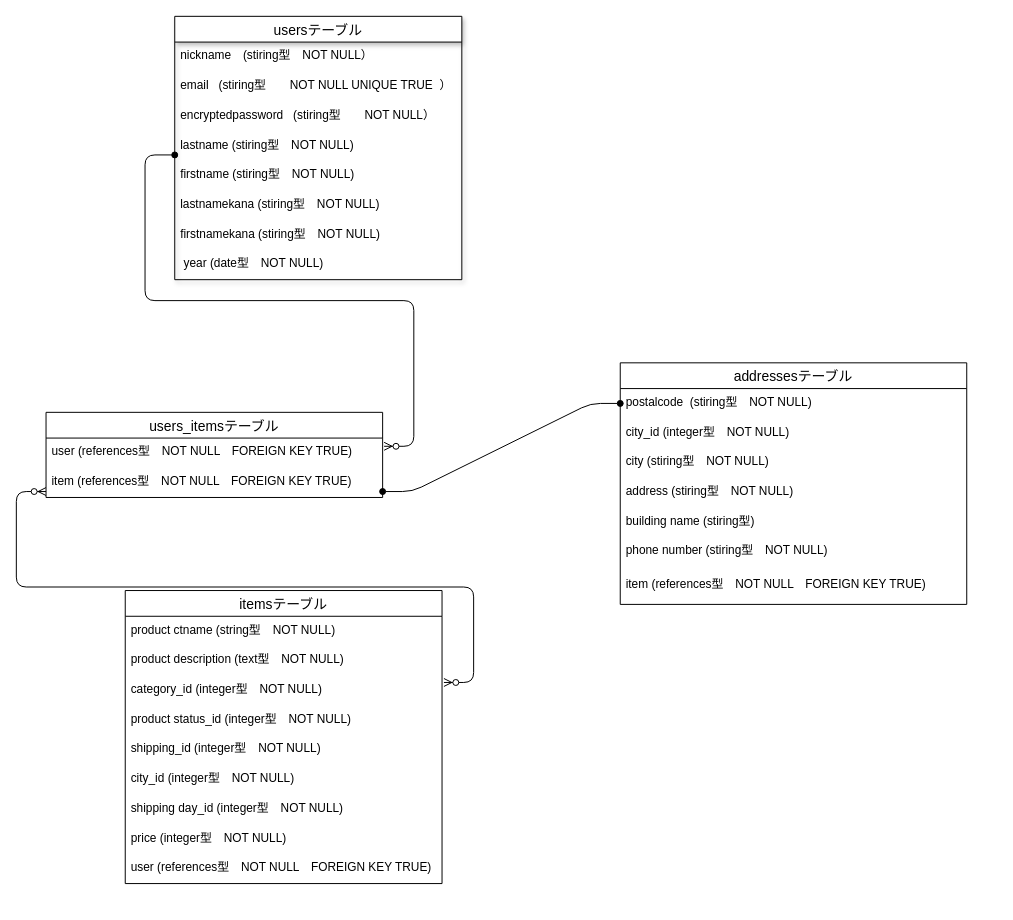
The draw.io diagram app/views/happy.dio in Akiyoshi7922/furima-35424, before the edit. Source tidied: cells renumbered, new cells numbered last; positions are measured from the earlier drawing's top-left corner, leaving out a move shared by most shapes. Both pictures are drawn from the tidied source at 99%, with x=0, y=0 at pixel (46, 16).
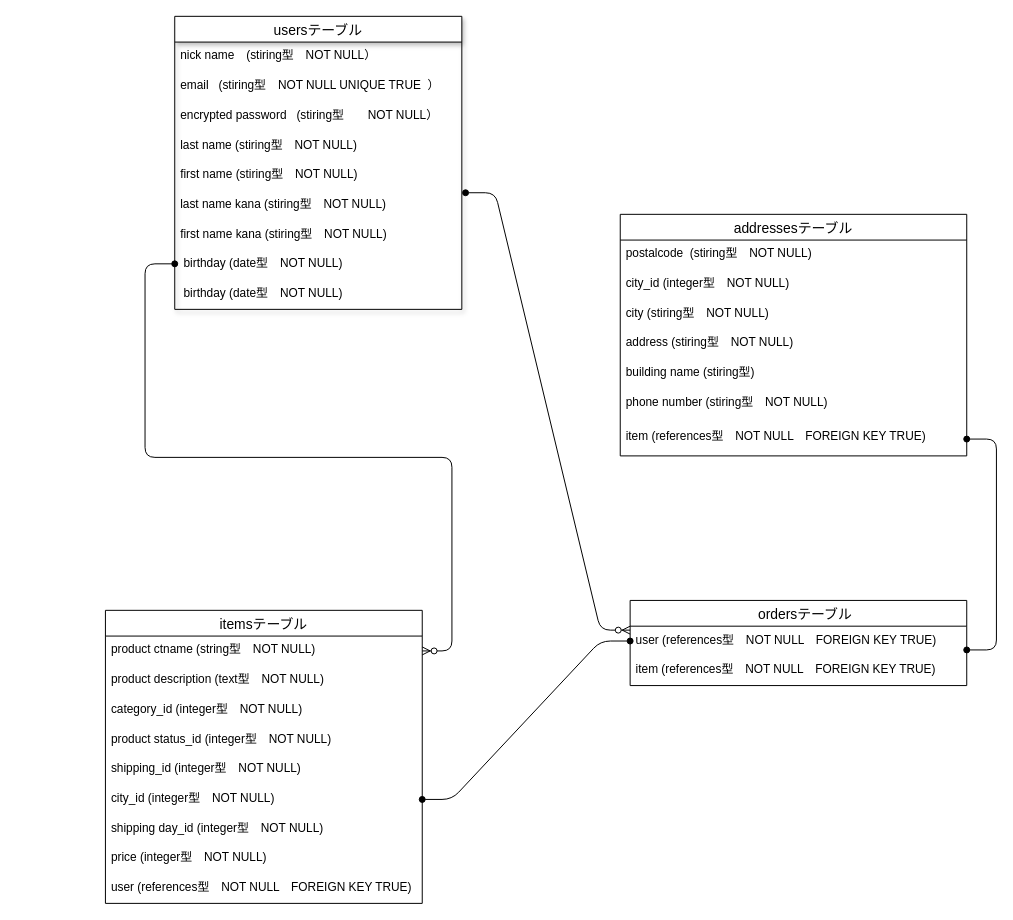
The same page after the edit.

Commit message (it also covers changes not shown here):
承知しました♫

The change refers to these unchanged cells:
```xml
<mxCell id="12" value="product ctname (string型　NOT NULL)" style="text;strokeColor=none;fillColor=none;spacingLeft=4;spacingRight=4;overflow=hidden;points=[[0,0.5],[1,0.5]];portConstraint=eastwest;fontSize=12;" parent="11" vertex="1">
  <mxGeometry y="26" width="320" height="30" as="geometry" />
</mxCell>
<mxCell id="14" value="category_id (integer型　NOT NULL)" style="text;strokeColor=none;fillColor=none;spacingLeft=4;spacingRight=4;overflow=hidden;points=[[0,0.5],[1,0.5]];portConstraint=eastwest;fontSize=12;" parent="11" vertex="1">
  <mxGeometry y="86" width="320" height="30" as="geometry" />
</mxCell>
<mxCell id="17" value="city_id (integer型　NOT NULL)" style="text;strokeColor=none;fillColor=none;spacingLeft=4;spacingRight=4;overflow=hidden;points=[[0,0.5],[1,0.5]];portConstraint=eastwest;fontSize=12;" parent="11" vertex="1">
  <mxGeometry y="176" width="320" height="30" as="geometry" />
</mxCell>
<mxCell id="28" value="item (references型　NOT NULL　FOREIGN KEY TRUE)" style="text;strokeColor=none;fillColor=none;spacingLeft=4;spacingRight=4;overflow=hidden;points=[[0,0.5],[1,0.5]];portConstraint=eastwest;fontSize=12;fontStyle=0;" parent="21" vertex="1">
  <mxGeometry y="210" width="350" height="34" as="geometry" />
</mxCell>
<mxCell id="30" value="user (references型　NOT NULL　FOREIGN KEY TRUE)" style="text;strokeColor=none;fillColor=none;spacingLeft=4;spacingRight=4;overflow=hidden;points=[[0,0.5],[1,0.5]];portConstraint=eastwest;fontSize=12;" parent="29" vertex="1">
  <mxGeometry y="26" width="340" height="30" as="geometry" />
</mxCell>
```

What changed in the source:
```diff
@@
     <mxCell id="2" value="usersテーブル" style="swimlane;fontStyle=0;horizontal=1;startSize=26;align=center;fontSize=14;shadow=1;" parent="1" vertex="1">
-      <mxGeometry x="130" width="290" height="266" as="geometry" />
+      <mxGeometry x="130" width="290" height="296" as="geometry" />
     </mxCell>
-    <mxCell id="3" value="nickname　(stiring型　NOT NULL）" style="text;strokeColor=none;fillColor=none;spacingLeft=4;spacingRight=4;overflow=hidden;fontSize=12;" parent="2" vertex="1">
+    <mxCell id="3" value="nick name　(stiring型　NOT NULL）" style="text;strokeColor=none;fillColor=none;spacingLeft=4;spacingRight=4;overflow=hidden;fontSize=12;" parent="2" vertex="1">
       <mxGeometry y="26" width="290" height="30" as="geometry" />
     </mxCell>
-    <mxCell id="4" value="email   (stiring型　　NOT NULL UNIQUE TRUE  ）&#10;" style="text;strokeColor=none;fillColor=none;spacingLeft=4;spacingRight=4;overflow=hidden;fontSize=12;fontStyle=0;" parent="2" vertex="1">
+    <mxCell id="4" value="email   (stiring型　NOT NULL UNIQUE TRUE  ）&#10;" style="text;strokeColor=none;fillColor=none;spacingLeft=4;spacingRight=4;overflow=hidden;fontSize=12;fontStyle=0;" parent="2" vertex="1">
       <mxGeometry y="56" width="290" height="30" as="geometry" />
     </mxCell>
-    <mxCell id="5" value="encryptedpassword   (stiring型　　NOT NULL）&#10;" style="text;strokeColor=none;fillColor=none;spacingLeft=4;spacingRight=4;overflow=hidden;fontSize=12;fontStyle=0;" parent="2" vertex="1">
+    <mxCell id="5" value="encrypted password   (stiring型　　NOT NULL）&#10;" style="text;strokeColor=none;fillColor=none;spacingLeft=4;spacingRight=4;overflow=hidden;fontSize=12;fontStyle=0;" parent="2" vertex="1">
       <mxGeometry y="86" width="290" height="30" as="geometry" />
     </mxCell>
-    <mxCell id="6" value="lastname (stiring型　NOT NULL)&#10;" style="text;strokeColor=none;fillColor=none;spacingLeft=4;spacingRight=4;overflow=hidden;fontSize=12;fontStyle=0;" parent="2" vertex="1">
+    <mxCell id="6" value="last name (stiring型　NOT NULL)&#10;" style="text;strokeColor=none;fillColor=none;spacingLeft=4;spacingRight=4;overflow=hidden;fontSize=12;fontStyle=0;" parent="2" vertex="1">
       <mxGeometry y="116" width="290" height="30" as="geometry" />
     </mxCell>
-    <mxCell id="7" value="firstname (stiring型　NOT NULL)&#10;" style="text;strokeColor=none;fillColor=none;spacingLeft=4;spacingRight=4;overflow=hidden;fontSize=12;fontStyle=0;" parent="2" vertex="1">
+    <mxCell id="7" value="first name (stiring型　NOT NULL)&#10;" style="text;strokeColor=none;fillColor=none;spacingLeft=4;spacingRight=4;overflow=hidden;fontSize=12;fontStyle=0;" parent="2" vertex="1">
       <mxGeometry y="146" width="290" height="30" as="geometry" />
     </mxCell>
-    <mxCell id="8" value="lastnamekana (stiring型　NOT NULL)&#10;" style="text;strokeColor=none;fillColor=none;spacingLeft=4;spacingRight=4;overflow=hidden;points=[[0,0.5],[1,0.5]];portConstraint=eastwest;fontSize=12;fontStyle=0;" parent="2" vertex="1">
+    <mxCell id="8" value="last name kana (stiring型　NOT NULL)&#10;" style="text;strokeColor=none;fillColor=none;spacingLeft=4;spacingRight=4;overflow=hidden;points=[[0,0.5],[1,0.5]];portConstraint=eastwest;fontSize=12;fontStyle=0;" parent="2" vertex="1">
       <mxGeometry y="176" width="290" height="30" as="geometry" />
     </mxCell>
-    <mxCell id="9" value="firstnamekana (stiring型　NOT NULL)&#10;" style="text;strokeColor=none;fillColor=none;spacingLeft=4;spacingRight=4;overflow=hidden;fontSize=12;fontStyle=0;" parent="2" vertex="1">
+    <mxCell id="9" value="first name kana (stiring型　NOT NULL)&#10;" style="text;strokeColor=none;fillColor=none;spacingLeft=4;spacingRight=4;overflow=hidden;fontSize=12;fontStyle=0;" parent="2" vertex="1">
       <mxGeometry y="206" width="290" height="30" as="geometry" />
     </mxCell>
+    <mxCell id="35" value=" birthday (date型　NOT NULL)&#10;" style="text;strokeColor=none;fillColor=none;spacingLeft=4;spacingRight=4;overflow=hidden;fontSize=12;fontStyle=0;" parent="2" vertex="1">
+      <mxGeometry y="236" width="290" height="30" as="geometry" />
+    </mxCell>
-    <mxCell id="10" value=" year (date型　NOT NULL)&#10;" style="text;strokeColor=none;fillColor=none;spacingLeft=4;spacingRight=4;overflow=hidden;fontSize=12;fontStyle=0;" parent="2" vertex="1">
-      <mxGeometry y="236" width="290" height="30" as="geometry" />
+    <mxCell id="10" value=" birthday (date型　NOT NULL)&#10;" style="text;strokeColor=none;fillColor=none;spacingLeft=4;spacingRight=4;overflow=hidden;fontSize=12;fontStyle=0;" parent="2" vertex="1">
+      <mxGeometry y="266" width="290" height="30" as="geometry" />
     </mxCell>
     <mxCell id="11" value="itemsテーブル" style="swimlane;fontStyle=0;horizontal=1;startSize=26;align=center;fontSize=14;" parent="1" vertex="1">
-      <mxGeometry x="80" y="580" width="320" height="296" as="geometry" />
+      <mxGeometry x="60" y="600" width="320" height="296" as="geometry" />
     </mxCell>
@@
     <mxCell id="21" value="addressesテーブル" style="swimlane;fontStyle=0;horizontal=1;startSize=26;align=center;fontSize=14;" parent="1" vertex="1">
-      <mxGeometry x="580" y="350" width="350" height="244" as="geometry" />
+      <mxGeometry x="580" y="200" width="350" height="244" as="geometry" />
     </mxCell>
@@
-    <mxCell id="29" value="users_itemsテーブル" style="swimlane;fontStyle=0;horizontal=1;startSize=26;align=center;fontSize=14;" parent="1" vertex="1">
-      <mxGeometry y="400" width="340" height="86" as="geometry" />
+    <mxCell id="29" value="　ordersテーブル" style="swimlane;fontStyle=0;horizontal=1;startSize=26;align=center;fontSize=14;" parent="1" vertex="1">
+      <mxGeometry x="590" y="590" width="340" height="86" as="geometry" />
     </mxCell>
@@
-    <mxCell id="32" style="edgeStyle=entityRelationEdgeStyle;fontSize=12;html=1;endArrow=oval;endFill=1;exitX=1.009;exitY=0.086;exitDx=0;exitDy=0;exitPerimeter=0;startArrow=ERzeroToMany;startFill=1;" parent="1" edge="1">
-      <mxGeometry relative="1" as="geometry">
-        <mxPoint x="341.5" y="434.3" as="sourcePoint" />
-        <mxPoint x="130" y="140" as="targetPoint" />
-      </mxGeometry>
-    </mxCell>
-    <mxCell id="33" style="edgeStyle=entityRelationEdgeStyle;fontSize=12;html=1;endArrow=ERzeroToMany;endFill=1;exitX=1.006;exitY=0.229;exitDx=0;exitDy=0;exitPerimeter=0;startArrow=ERzeroToMany;startFill=1;" parent="1" edge="1" source="14">
-      <mxGeometry relative="1" as="geometry">
-        <mxPoint y="480" as="targetPoint" />
-      </mxGeometry>
-    </mxCell>
-    <mxCell id="34" style="edgeStyle=entityRelationEdgeStyle;fontSize=12;html=1;endArrow=oval;startArrow=oval;startFill=1;endFill=1;" parent="1" edge="1">
+    <mxCell id="34" style="edgeStyle=entityRelationEdgeStyle;fontSize=12;html=1;endArrow=oval;startArrow=oval;startFill=1;endFill=1;" parent="1" edge="1" target="28">
       <mxGeometry relative="1" as="geometry">
-        <mxPoint x="340" y="480" as="sourcePoint" />
-        <mxPoint x="580" y="391" as="targetPoint" />
+        <mxPoint x="930" y="640" as="sourcePoint" />
       </mxGeometry>
     </mxCell>
+    <mxCell id="36" style="edgeStyle=entityRelationEdgeStyle;fontSize=12;html=1;endArrow=oval;startArrow=oval;entryX=0;entryY=0.5;entryDx=0;entryDy=0;exitX=1;exitY=0.5;exitDx=0;exitDy=0;endFill=1;startFill=1;" parent="1" edge="1" source="17" target="30">
+      <mxGeometry relative="1" as="geometry" />
+    </mxCell>
+    <mxCell id="37" style="edgeStyle=entityRelationEdgeStyle;fontSize=12;html=1;endArrow=ERzeroToMany;endFill=1;exitX=1.013;exitY=0.073;exitDx=0;exitDy=0;exitPerimeter=0;startArrow=oval;startFill=1;" parent="1" edge="1" source="8">
+      <mxGeometry relative="1" as="geometry">
+        <mxPoint x="590" y="620" as="targetPoint" />
+      </mxGeometry>
+    </mxCell>
+    <mxCell id="38" style="edgeStyle=entityRelationEdgeStyle;fontSize=12;html=1;endArrow=oval;exitX=1;exitY=0.5;exitDx=0;exitDy=0;startArrow=ERzeroToMany;startFill=1;endFill=1;" parent="1" edge="1" source="12">
+      <mxGeometry relative="1" as="geometry">
+        <mxPoint x="130" y="250" as="targetPoint" />
+      </mxGeometry>
+    </mxCell>
```
